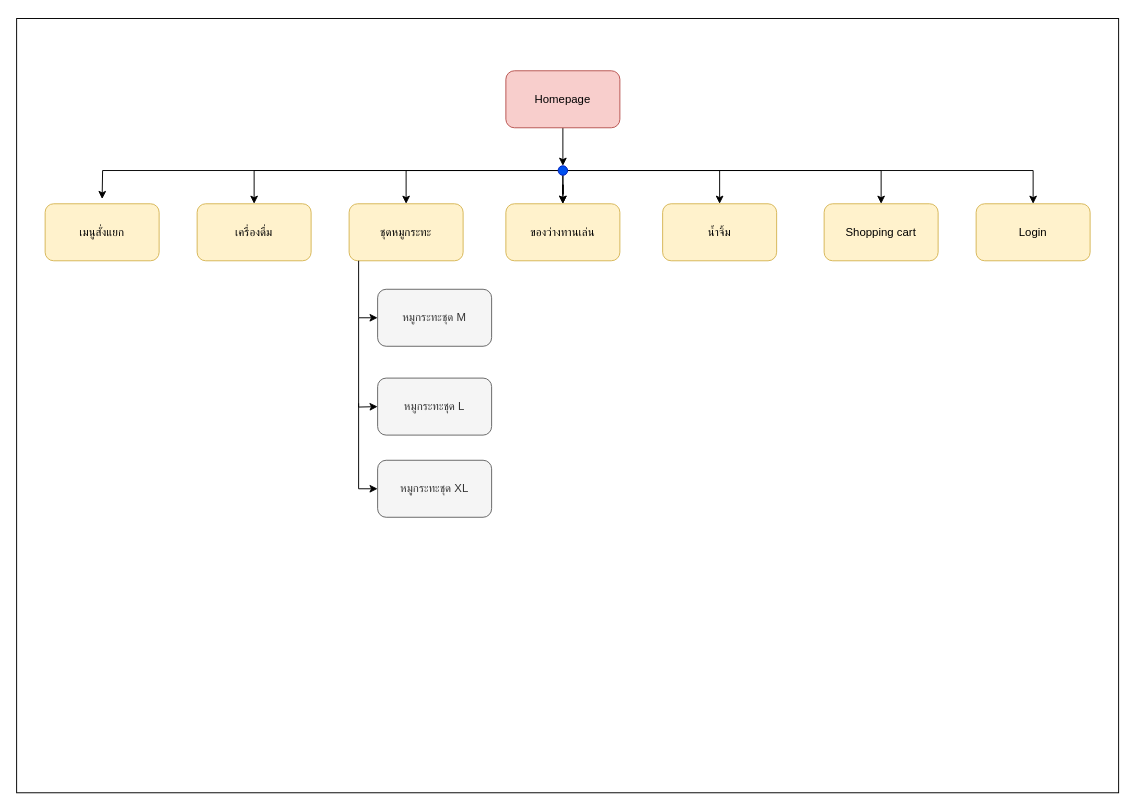
The draw.io diagram Last Project.drawio in DOSTxH/IT-Assignment, before the edit. Source tidied: cells renumbered, new cells numbered last; positions are measured from the earlier drawing's top-left corner, leaving out a move shared by most shapes. Both pictures are drawn from the tidied source at 95%, with x=0, y=0 at pixel (16, 18).
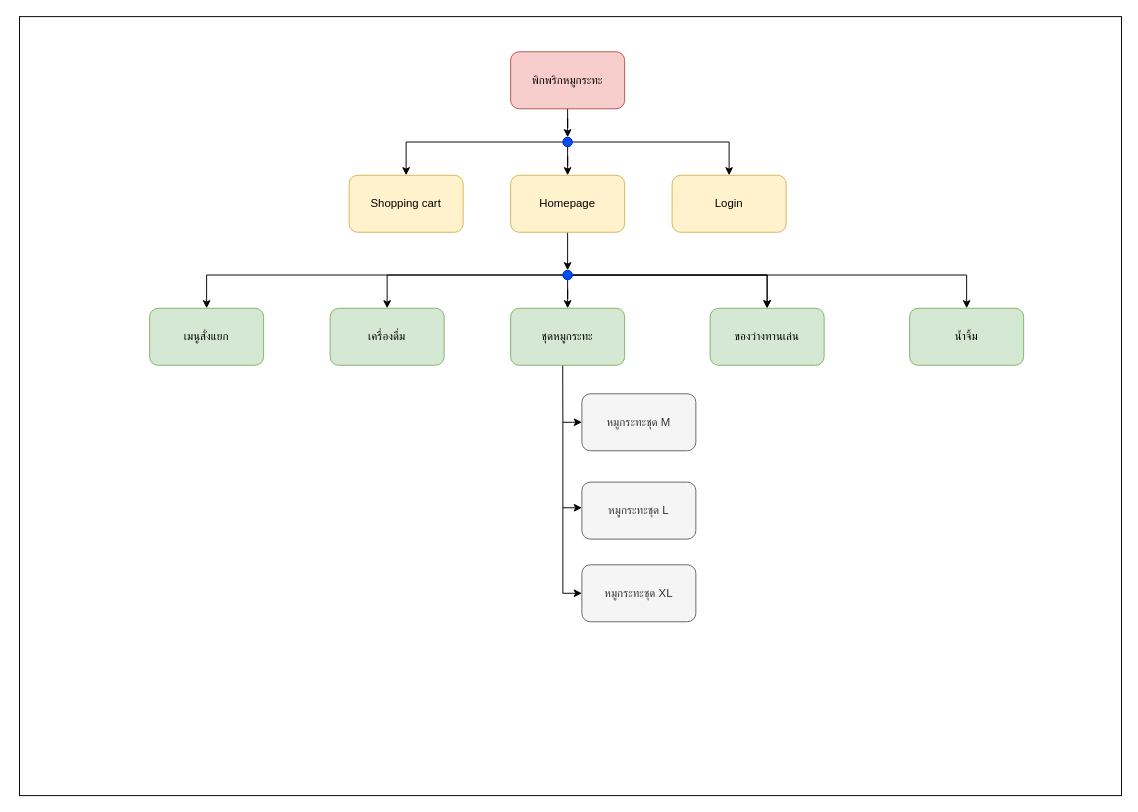
After the change.

Diff of the diagram source:
```diff
@@
-    <mxCell id="2" style="rounded=0;whiteSpace=wrap;html=1;" parent="1" vertex="1">
-      <mxGeometry width="1160" height="815" as="geometry" />
-    </mxCell>
-    <mxCell id="3" style="edgeStyle=orthogonalEdgeStyle;rounded=0;jettySize=auto;html=1;entryX=0.5;entryY=0;entryDx=0;entryDy=0;" parent="1" edge="1" source="4" target="14">
-      <mxGeometry relative="1" as="geometry" />
-    </mxCell>
+    <mxCell id="27" style="rounded=0;whiteSpace=wrap;html=1;" parent="1" vertex="1">
+      <mxGeometry x="3" y="-2" width="1160" height="820" as="geometry" />
+    </mxCell>
+    <mxCell id="28" style="edgeStyle=orthogonalEdgeStyle;rounded=0;jettySize=auto;html=1;" parent="1" edge="1" source="4" target="35">
+      <mxGeometry relative="1" as="geometry" />
+    </mxCell>
-    <mxCell id="4" value="Homepage" style="rounded=1;whiteSpace=wrap;html=1;fillColor=#f8cecc;strokeColor=#b85450;" parent="1" vertex="1">
-      <mxGeometry x="515" y="55" width="120" height="60" as="geometry" />
+    <mxCell id="4" value="Homepage" style="rounded=1;whiteSpace=wrap;html=1;fillColor=#fff2cc;strokeColor=#d6b656;" parent="1" vertex="1">
+      <mxGeometry x="520" y="165" width="120" height="60" as="geometry" />
     </mxCell>
-    <mxCell id="5" value="ชุดหมูกระทะ" style="whiteSpace=wrap;html=1;fillColor=#fff2cc;strokeColor=#d6b656;rounded=1;" parent="1" vertex="1">
-      <mxGeometry x="350" y="195" width="120" height="60" as="geometry" />
+    <mxCell id="5" value="ชุดหมูกระทะ" style="whiteSpace=wrap;html=1;fillColor=#d5e8d4;strokeColor=#82b366;rounded=1;" parent="1" vertex="1">
+      <mxGeometry x="520" y="305" width="120" height="60" as="geometry" />
     </mxCell>
-    <mxCell id="6" style="edgeStyle=orthogonalEdgeStyle;rounded=0;jettySize=auto;html=1;" parent="1" edge="1" source="14" target="5">
-      <mxGeometry relative="1" as="geometry" />
-    </mxCell>
-    <mxCell id="7" style="edgeStyle=orthogonalEdgeStyle;rounded=0;jettySize=auto;html=1;" parent="1" edge="1" source="14" target="15">
-      <mxGeometry relative="1" as="geometry" />
-    </mxCell>
-    <mxCell id="8" style="edgeStyle=orthogonalEdgeStyle;rounded=0;jettySize=auto;html=1;" parent="1" edge="1" source="14" target="15">
-      <mxGeometry relative="1" as="geometry" />
-    </mxCell>
-    <mxCell id="9" style="edgeStyle=orthogonalEdgeStyle;rounded=0;jettySize=auto;html=1;entryX=0.5;entryY=0;entryDx=0;entryDy=0;" parent="1" edge="1" source="14" target="16">
-      <mxGeometry relative="1" as="geometry" />
-    </mxCell>
-    <mxCell id="10" style="edgeStyle=orthogonalEdgeStyle;rounded=0;jettySize=auto;html=1;entryX=0.5;entryY=0;entryDx=0;entryDy=0;" parent="1" edge="1" source="14" target="17">
-      <mxGeometry relative="1" as="geometry" />
-    </mxCell>
-    <mxCell id="11" style="edgeStyle=orthogonalEdgeStyle;rounded=0;jettySize=auto;html=1;" parent="1" edge="1" source="14">
-      <mxGeometry relative="1" as="geometry">
-        <mxPoint x="90" y="190" as="targetPoint" />
-      </mxGeometry>
-    </mxCell>
-    <mxCell id="12" style="edgeStyle=orthogonalEdgeStyle;rounded=0;jettySize=auto;html=1;entryX=0.5;entryY=0;entryDx=0;entryDy=0;" parent="1" edge="1" source="14" target="19">
-      <mxGeometry relative="1" as="geometry" />
-    </mxCell>
-    <mxCell id="13" style="edgeStyle=orthogonalEdgeStyle;rounded=0;jettySize=auto;html=1;entryX=0.5;entryY=0;entryDx=0;entryDy=0;" parent="1" edge="1" source="14" target="20">
-      <mxGeometry relative="1" as="geometry" />
-    </mxCell>
-    <mxCell id="14" style="ellipse;whiteSpace=wrap;html=1;fillColor=#0050ef;fontColor=#ffffff;strokeColor=#001DBC;" parent="1" vertex="1">
-      <mxGeometry x="570" y="155" width="10" height="10" as="geometry" />
-    </mxCell>
+    <mxCell id="29" style="edgeStyle=orthogonalEdgeStyle;rounded=0;jettySize=auto;html=1;" parent="1" edge="1" source="35" target="15">
+      <mxGeometry relative="1" as="geometry" />
+    </mxCell>
+    <mxCell id="30" style="edgeStyle=orthogonalEdgeStyle;rounded=0;jettySize=auto;html=1;" parent="1" edge="1" source="35" target="15">
+      <mxGeometry relative="1" as="geometry" />
+    </mxCell>
+    <mxCell id="31" style="edgeStyle=orthogonalEdgeStyle;rounded=0;jettySize=auto;html=1;" parent="1" edge="1" source="35" target="5">
+      <mxGeometry relative="1" as="geometry" />
+    </mxCell>
+    <mxCell id="32" style="edgeStyle=orthogonalEdgeStyle;rounded=0;jettySize=auto;html=1;entryX=0.5;entryY=0;entryDx=0;entryDy=0;" parent="1" edge="1" source="35" target="17">
+      <mxGeometry relative="1" as="geometry" />
+    </mxCell>
+    <mxCell id="33" style="edgeStyle=orthogonalEdgeStyle;rounded=0;jettySize=auto;html=1;" parent="1" edge="1" source="35" target="18">
+      <mxGeometry relative="1" as="geometry" />
+    </mxCell>
+    <mxCell id="34" style="edgeStyle=orthogonalEdgeStyle;rounded=0;jettySize=auto;html=1;entryX=0.5;entryY=0;entryDx=0;entryDy=0;" parent="1" edge="1" source="35" target="16">
+      <mxGeometry relative="1" as="geometry" />
+    </mxCell>
+    <mxCell id="35" style="ellipse;whiteSpace=wrap;html=1;fillColor=#0050ef;fontColor=#ffffff;strokeColor=#001DBC;" parent="1" vertex="1">
+      <mxGeometry x="575" y="265" width="10" height="10" as="geometry" />
+    </mxCell>
-    <mxCell id="15" value="ของว่างทานเล่น" style="whiteSpace=wrap;html=1;fillColor=#fff2cc;strokeColor=#d6b656;rounded=1;" parent="1" vertex="1">
-      <mxGeometry x="515" y="195" width="120" height="60" as="geometry" />
+    <mxCell id="15" value="ของว่างทานเล่น" style="whiteSpace=wrap;html=1;fillColor=#d5e8d4;strokeColor=#82b366;rounded=1;" parent="1" vertex="1">
+      <mxGeometry x="730" y="305" width="120" height="60" as="geometry" />
     </mxCell>
-    <mxCell id="16" value="น้ำจิ้ม" style="whiteSpace=wrap;html=1;fillColor=#fff2cc;strokeColor=#d6b656;rounded=1;" parent="1" vertex="1">
-      <mxGeometry x="680" y="195" width="120" height="60" as="geometry" />
+    <mxCell id="16" value="น้ำจิ้ม" style="whiteSpace=wrap;html=1;fillColor=#d5e8d4;strokeColor=#82b366;rounded=1;" parent="1" vertex="1">
+      <mxGeometry x="940" y="305" width="120" height="60" as="geometry" />
     </mxCell>
-    <mxCell id="17" value="เครื่องดื่ม" style="whiteSpace=wrap;html=1;fillColor=#fff2cc;strokeColor=#d6b656;rounded=1;" parent="1" vertex="1">
-      <mxGeometry x="190" y="195" width="120" height="60" as="geometry" />
+    <mxCell id="17" value="เครื่องดื่ม" style="whiteSpace=wrap;html=1;fillColor=#d5e8d4;strokeColor=#82b366;rounded=1;" parent="1" vertex="1">
+      <mxGeometry x="330" y="305" width="120" height="60" as="geometry" />
     </mxCell>
-    <mxCell id="18" value="เมนูสั่งแยก" style="whiteSpace=wrap;html=1;fillColor=#fff2cc;strokeColor=#d6b656;rounded=1;" parent="1" vertex="1">
-      <mxGeometry x="30" y="195" width="120" height="60" as="geometry" />
+    <mxCell id="18" value="เมนูสั่งแยก" style="whiteSpace=wrap;html=1;fillColor=#d5e8d4;strokeColor=#82b366;rounded=1;" parent="1" vertex="1">
+      <mxGeometry x="140" y="305" width="120" height="60" as="geometry" />
     </mxCell>
     <mxCell id="19" value="Shopping cart" style="whiteSpace=wrap;html=1;fillColor=#fff2cc;strokeColor=#d6b656;rounded=1;" parent="1" vertex="1">
-      <mxGeometry x="850" y="195" width="120" height="60" as="geometry" />
+      <mxGeometry x="350" y="165" width="120" height="60" as="geometry" />
     </mxCell>
     <mxCell id="20" value="Login" style="whiteSpace=wrap;html=1;fillColor=#fff2cc;strokeColor=#d6b656;rounded=1;" parent="1" vertex="1">
-      <mxGeometry x="1010" y="195" width="120" height="60" as="geometry" />
+      <mxGeometry x="690" y="165" width="120" height="60" as="geometry" />
     </mxCell>
     <mxCell id="21" value="หมูกระทะชุด M" style="whiteSpace=wrap;html=1;fillColor=#f5f5f5;strokeColor=#666666;rounded=1;fontColor=#333333;" parent="1" vertex="1">
-      <mxGeometry x="380" y="285" width="120" height="60" as="geometry" />
+      <mxGeometry x="595" y="395" width="120" height="60" as="geometry" />
     </mxCell>
-    <mxCell id="22" style="endArrow=classic;html=1;rounded=0;entryX=0;entryY=0.5;entryDx=0;entryDy=0;" parent="1" edge="1" target="21">
-      <mxGeometry relative="1" as="geometry">
-        <mxPoint x="360" y="255" as="sourcePoint" />
-        <Array as="points">
-          <mxPoint x="360" y="315" />
-        </Array>
-      </mxGeometry>
-    </mxCell>
+    <mxCell id="36" style="endArrow=classic;html=1;rounded=0;entryX=0;entryY=0.5;entryDx=0;entryDy=0;exitX=0.457;exitY=1.008;exitDx=0;exitDy=0;exitPerimeter=0;" parent="1" edge="1" source="5" target="21">
+      <mxGeometry relative="1" as="geometry">
+        <Array as="points">
+          <mxPoint x="575" y="425" />
+          <mxPoint x="585" y="425" />
+        </Array>
+      </mxGeometry>
+    </mxCell>
     <mxCell id="23" value="หมูกระทะชุด L" style="whiteSpace=wrap;html=1;fillColor=#f5f5f5;strokeColor=#666666;rounded=1;fontColor=#333333;" parent="1" vertex="1">
-      <mxGeometry x="380" y="378.5" width="120" height="60" as="geometry" />
+      <mxGeometry x="595" y="488" width="120" height="60" as="geometry" />
     </mxCell>
-    <mxCell id="24" style="endArrow=classic;html=1;rounded=0;entryX=0;entryY=0.5;entryDx=0;entryDy=0;" parent="1" edge="1" target="23">
-      <mxGeometry relative="1" as="geometry">
-        <mxPoint x="360" y="315" as="sourcePoint" />
-        <Array as="points">
-          <mxPoint x="360" y="409" />
-        </Array>
-      </mxGeometry>
-    </mxCell>
     <mxCell id="25" value="หมูกระทะชุด XL" style="whiteSpace=wrap;html=1;fillColor=#f5f5f5;strokeColor=#666666;rounded=1;fontColor=#333333;" parent="1" vertex="1">
-      <mxGeometry x="380" y="465" width="120" height="60" as="geometry" />
+      <mxGeometry x="595" y="575" width="120" height="60" as="geometry" />
     </mxCell>
-    <mxCell id="26" style="endArrow=classic;html=1;rounded=0;entryX=0;entryY=0.5;entryDx=0;entryDy=0;" parent="1" edge="1" target="25">
-      <mxGeometry relative="1" as="geometry">
-        <mxPoint x="360" y="405" as="sourcePoint" />
-        <Array as="points">
-          <mxPoint x="360" y="495" />
-        </Array>
-      </mxGeometry>
-    </mxCell>
+    <mxCell id="37" style="endArrow=classic;html=1;rounded=0;entryX=0;entryY=0.5;entryDx=0;entryDy=0;" parent="1" edge="1" target="25">
+      <mxGeometry relative="1" as="geometry">
+        <mxPoint x="575" y="515" as="sourcePoint" />
+        <Array as="points">
+          <mxPoint x="575" y="605" />
+        </Array>
+      </mxGeometry>
+    </mxCell>
+    <mxCell id="38" style="endArrow=classic;html=1;rounded=0;" parent="1" edge="1">
+      <mxGeometry relative="1" as="geometry">
+        <mxPoint x="575" y="425" as="sourcePoint" />
+        <mxPoint x="595" y="515" as="targetPoint" />
+        <Array as="points">
+          <mxPoint x="575" y="515" />
+        </Array>
+      </mxGeometry>
+    </mxCell>
+    <mxCell id="39" style="edgeStyle=orthogonalEdgeStyle;rounded=0;jettySize=auto;html=1;entryX=0.5;entryY=0;entryDx=0;entryDy=0;" parent="1" edge="1" source="40" target="44">
+      <mxGeometry relative="1" as="geometry" />
+    </mxCell>
+    <mxCell id="40" value="พิกพริกหมูกระทะ" style="rounded=1;whiteSpace=wrap;html=1;fillColor=#f8cecc;strokeColor=#b85450;" parent="1" vertex="1">
+      <mxGeometry x="520" y="35" width="120" height="60" as="geometry" />
+    </mxCell>
+    <mxCell id="41" style="edgeStyle=orthogonalEdgeStyle;rounded=0;jettySize=auto;html=1;" parent="1" edge="1" source="44" target="4">
+      <mxGeometry relative="1" as="geometry" />
+    </mxCell>
+    <mxCell id="42" style="edgeStyle=orthogonalEdgeStyle;rounded=0;jettySize=auto;html=1;entryX=0.5;entryY=0;entryDx=0;entryDy=0;" parent="1" edge="1" source="44" target="20">
+      <mxGeometry relative="1" as="geometry" />
+    </mxCell>
+    <mxCell id="43" style="edgeStyle=orthogonalEdgeStyle;rounded=0;jettySize=auto;html=1;entryX=0.5;entryY=0;entryDx=0;entryDy=0;" parent="1" edge="1" source="44" target="19">
+      <mxGeometry relative="1" as="geometry" />
+    </mxCell>
+    <mxCell id="44" style="ellipse;whiteSpace=wrap;html=1;fillColor=#0050ef;fontColor=#ffffff;strokeColor=#001DBC;" parent="1" vertex="1">
+      <mxGeometry x="575" y="125" width="10" height="10" as="geometry" />
+    </mxCell>
```
